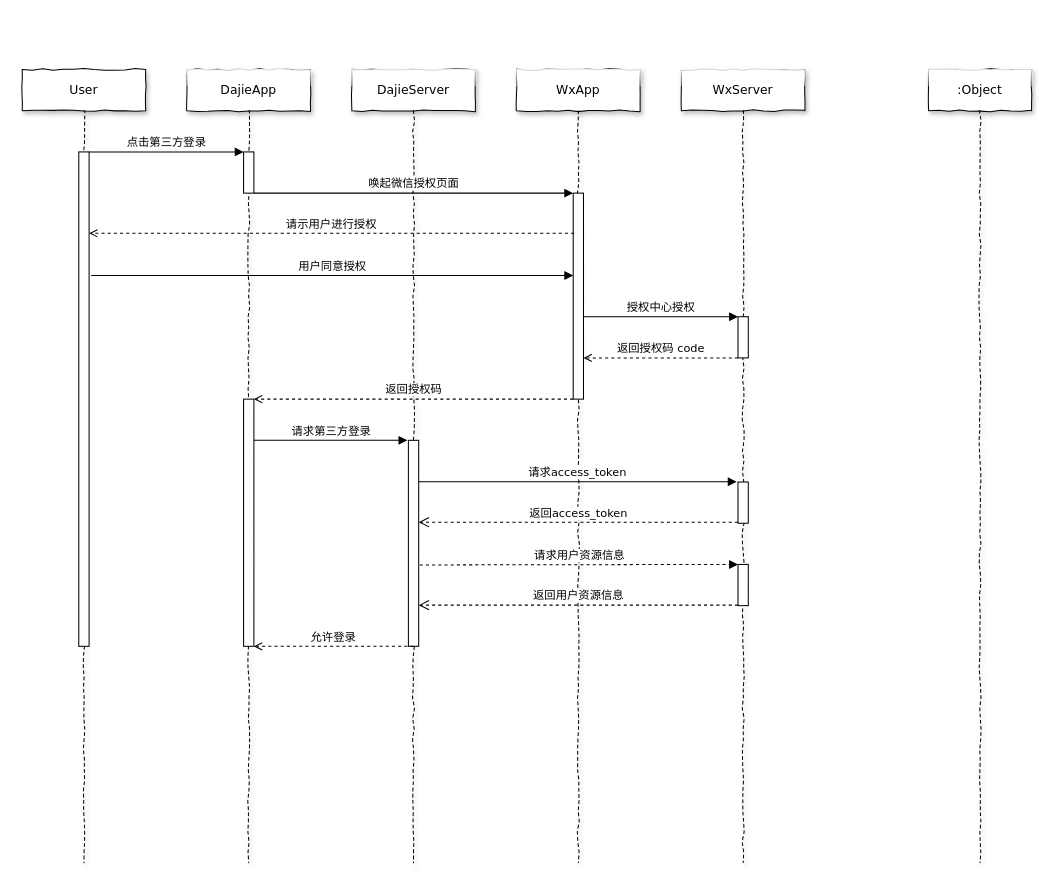
This is UML/Untitled Diagram.drawio from cuixbo/gitnote, a draw.io file, before an edit. Source tidied: cells renumbered, new cells numbered last; positions are measured from the earlier drawing's top-left corner, leaving out a move shared by most shapes. Both pictures are drawn from the tidied source at 103%, with x=0, y=0 at pixel (22, 69).
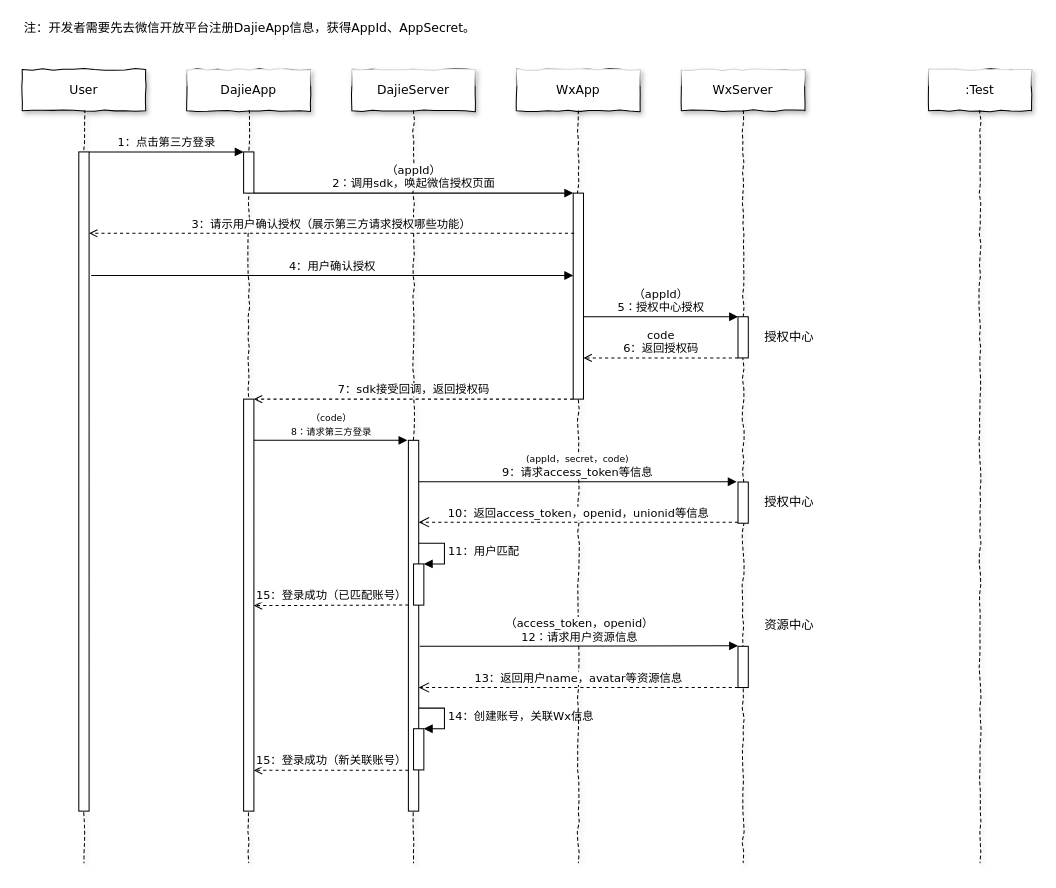
Above is the later version.

Commit message:
初步完成微信第三方登录UML时序图

The change refers to these unchanged cells:
```xml
<mxCell id="2" value="DajieApp" style="shape=umlLifeline;perimeter=lifelinePerimeter;whiteSpace=wrap;html=1;rounded=0;shadow=1;comic=1;labelBackgroundColor=none;strokeWidth=1;fontFamily=Verdana;fontSize=12;align=center;glass=1;" parent="1" vertex="1">
  <mxGeometry x="160" width="120" height="770" as="geometry" />
</mxCell>
<mxCell id="3" style="html=1;points=[];perimeter=orthogonalPerimeter;rounded=0;shadow=0;glass=0;comic=0;strokeWidth=1;fontFamily=Verdana;" parent="2" vertex="1">
  <mxGeometry x="55" y="80" width="10" height="40" as="geometry" />
</mxCell>
<mxCell id="5" value="DajieServer" style="shape=umlLifeline;perimeter=lifelinePerimeter;whiteSpace=wrap;html=1;rounded=0;shadow=1;comic=1;labelBackgroundColor=none;strokeWidth=1;fontFamily=Verdana;fontSize=12;align=center;glass=1;" parent="1" vertex="1">
  <mxGeometry x="320" width="120" height="770" as="geometry" />
</mxCell>
<mxCell id="8" style="html=1;points=[];perimeter=orthogonalPerimeter;rounded=0;shadow=0;glass=0;comic=0;strokeWidth=1;fontFamily=Verdana;" parent="7" vertex="1">
  <mxGeometry x="55" y="120" width="10" height="200" as="geometry" />
</mxCell>
<mxCell id="9" value="WxServer" style="shape=umlLifeline;perimeter=lifelinePerimeter;whiteSpace=wrap;html=1;rounded=0;shadow=1;comic=1;labelBackgroundColor=none;strokeWidth=1;fontFamily=Verdana;fontSize=12;align=center;glass=1;" parent="1" vertex="1">
  <mxGeometry x="640" width="120" height="770" as="geometry" />
</mxCell>
<mxCell id="10" style="html=1;points=[];perimeter=orthogonalPerimeter;rounded=0;shadow=0;glass=0;comic=0;strokeWidth=1;fontFamily=Verdana;" parent="9" vertex="1">
  <mxGeometry x="55" y="240" width="10" height="40" as="geometry" />
</mxCell>
<mxCell id="11" style="html=1;points=[];perimeter=orthogonalPerimeter;rounded=0;shadow=0;glass=0;comic=0;strokeWidth=1;fontFamily=Verdana;" parent="9" vertex="1">
  <mxGeometry x="55" y="400.5" width="10" height="40" as="geometry" />
</mxCell>
<mxCell id="14" value="User" style="shape=umlLifeline;perimeter=lifelinePerimeter;whiteSpace=wrap;html=1;rounded=0;shadow=1;comic=1;labelBackgroundColor=none;strokeWidth=1;fontFamily=Verdana;fontSize=12;align=center;glass=0;" parent="1" vertex="1">
  <mxGeometry width="120" height="770" as="geometry" />
</mxCell>
```

The edit, as a diff of the source:
```diff
@@
     <mxCell id="4" style="html=1;points=[];perimeter=orthogonalPerimeter;rounded=0;shadow=0;glass=0;comic=0;strokeWidth=1;fontFamily=Verdana;" parent="2" vertex="1">
-      <mxGeometry x="55" y="320" width="10" height="240" as="geometry" />
+      <mxGeometry x="55" y="320" width="10" height="400" as="geometry" />
     </mxCell>
@@
     <mxCell id="6" style="html=1;points=[];perimeter=orthogonalPerimeter;rounded=0;shadow=0;glass=0;comic=0;strokeWidth=1;fontFamily=Verdana;" parent="5" vertex="1">
-      <mxGeometry x="55" y="360" width="10" height="200" as="geometry" />
+      <mxGeometry x="55" y="360" width="10" height="360" as="geometry" />
     </mxCell>
+    <mxCell id="29" style="html=1;points=[];perimeter=orthogonalPerimeter;rounded=0;shadow=0;glass=0;comic=0;strokeWidth=1;fontFamily=Verdana;" parent="5" vertex="1">
+      <mxGeometry x="60" y="480" width="10" height="40" as="geometry" />
+    </mxCell>
+    <mxCell id="30" value="11：用户匹配" style="edgeStyle=orthogonalEdgeStyle;html=1;align=left;spacingLeft=2;endArrow=block;rounded=0;entryX=1;entryY=0;strokeColor=#000000;fontFamily=Verdana;" parent="5" edge="1" target="29">
+      <mxGeometry relative="1" as="geometry">
+        <mxPoint x="65" y="460" as="sourcePoint" />
+        <Array as="points">
+          <mxPoint x="90" y="460" />
+        </Array>
+      </mxGeometry>
+    </mxCell>
+    <mxCell id="31" style="html=1;points=[];perimeter=orthogonalPerimeter;rounded=0;shadow=0;glass=0;comic=0;strokeWidth=1;fontFamily=Verdana;" parent="5" vertex="1">
+      <mxGeometry x="60" y="640" width="10" height="40" as="geometry" />
+    </mxCell>
+    <mxCell id="32" value="14：创建账号，关联Wx信息" style="edgeStyle=orthogonalEdgeStyle;html=1;align=left;spacingLeft=2;endArrow=block;rounded=0;entryX=1;entryY=0;strokeColor=#000000;fontFamily=Verdana;" parent="5" edge="1" target="31">
+      <mxGeometry relative="1" as="geometry">
+        <mxPoint x="65" y="620" as="sourcePoint" />
+        <Array as="points">
+          <mxPoint x="90" y="620" />
+        </Array>
+      </mxGeometry>
+    </mxCell>
@@
     <mxCell id="12" style="html=1;points=[];perimeter=orthogonalPerimeter;rounded=0;shadow=0;glass=0;comic=0;strokeWidth=1;fontFamily=Verdana;" parent="9" vertex="1">
-      <mxGeometry x="55" y="480.5" width="10" height="40" as="geometry" />
+      <mxGeometry x="55" y="560" width="10" height="40" as="geometry" />
     </mxCell>
-    <mxCell id="13" value=":Object" style="shape=umlLifeline;perimeter=lifelinePerimeter;whiteSpace=wrap;html=1;rounded=0;shadow=1;comic=1;labelBackgroundColor=none;strokeWidth=1;fontFamily=Verdana;fontSize=12;align=center;glass=1;" parent="1" vertex="1">
+    <mxCell id="13" value=":Test" style="shape=umlLifeline;perimeter=lifelinePerimeter;whiteSpace=wrap;html=1;rounded=0;shadow=1;comic=1;labelBackgroundColor=none;strokeWidth=1;fontFamily=Verdana;fontSize=12;align=center;glass=1;" parent="1" vertex="1">
       <mxGeometry x="880" width="100" height="770" as="geometry" />
     </mxCell>
@@
     <mxCell id="15" style="html=1;points=[];perimeter=orthogonalPerimeter;rounded=0;shadow=0;comic=0;labelBackgroundColor=none;strokeWidth=1;fontFamily=Verdana;fontSize=12;align=center;" parent="14" vertex="1">
-      <mxGeometry x="55" y="80" width="10" height="480" as="geometry" />
+      <mxGeometry x="55" y="80" width="10" height="640" as="geometry" />
     </mxCell>
-    <mxCell id="16" value="点击第三方登录" style="html=1;verticalAlign=bottom;startArrow=none;endArrow=block;startSize=6;fontFamily=Verdana;endSize=6;startFill=0;" parent="1" edge="1">
+    <mxCell id="16" value="1：点击第三方登录" style="html=1;verticalAlign=bottom;startArrow=none;endArrow=block;startSize=6;fontFamily=Verdana;endSize=6;startFill=0;" parent="1" edge="1">
       <mxGeometry relative="1" as="geometry">
         <mxPoint x="65" y="80" as="sourcePoint" />
         <mxPoint x="215" y="80" as="targetPoint" />
       </mxGeometry>
     </mxCell>
-    <mxCell id="17" value="唤起微信授权页面" style="html=1;verticalAlign=bottom;startArrow=none;endArrow=block;startSize=8;fontFamily=Verdana;startFill=0;exitX=1;exitY=1;exitDx=0;exitDy=0;exitPerimeter=0;" parent="1" edge="1" source="3" target="8">
+    <mxCell id="17" value="（appId）&lt;br&gt;2：调用sdk，唤起微信授权页面" style="html=1;verticalAlign=bottom;startArrow=none;endArrow=block;startSize=8;fontFamily=Verdana;startFill=0;exitX=1;exitY=1;exitDx=0;exitDy=0;exitPerimeter=0;" parent="1" edge="1" source="3" target="8">
       <mxGeometry relative="1" as="geometry" />
     </mxCell>
-    <mxCell id="18" value="请示用户进行授权" style="html=1;verticalAlign=bottom;endArrow=open;fontFamily=Verdana;dashed=1;endFill=0;" parent="1" edge="1" target="15">
+    <mxCell id="18" value="3：请示用户确认授权（展示第三方请求授权哪些功能）" style="html=1;verticalAlign=bottom;endArrow=open;fontFamily=Verdana;dashed=1;endFill=0;" parent="1" edge="1" target="15">
       <mxGeometry relative="1" as="geometry">
         <mxPoint x="536" y="159" as="sourcePoint" />
       </mxGeometry>
     </mxCell>
-    <mxCell id="19" value="用户同意授权" style="html=1;verticalAlign=bottom;endArrow=block;fontFamily=Verdana;" parent="1" edge="1" target="8">
+    <mxCell id="19" value="4：用户确认授权" style="html=1;verticalAlign=bottom;endArrow=block;fontFamily=Verdana;" parent="1" edge="1" target="8">
       <mxGeometry relative="1" as="geometry">
         <mxPoint x="67" y="200" as="sourcePoint" />
       </mxGeometry>
     </mxCell>
-    <mxCell id="20" value="返回授权码" style="html=1;verticalAlign=bottom;endArrow=open;dashed=1;endSize=6;fontFamily=Verdana;" parent="1" edge="1" source="8" target="4">
+    <mxCell id="20" value="7：sdk接受回调，返回授权码" style="html=1;verticalAlign=bottom;endArrow=open;dashed=1;endSize=6;fontFamily=Verdana;" parent="1" edge="1" source="8" target="4">
       <mxGeometry relative="1" as="geometry" />
     </mxCell>
-    <mxCell id="21" value="授权中心授权" style="html=1;verticalAlign=bottom;endArrow=block;entryX=0;entryY=0;fontFamily=Verdana;" parent="1" edge="1" target="10">
+    <mxCell id="21" value="（appId）&lt;br&gt;5：授权中心授权" style="html=1;verticalAlign=bottom;endArrow=block;entryX=0;entryY=0;fontFamily=Verdana;" parent="1" edge="1" target="10">
       <mxGeometry relative="1" as="geometry">
         <mxPoint x="545" y="240" as="sourcePoint" />
       </mxGeometry>
     </mxCell>
-    <mxCell id="22" value="返回授权码 code" style="html=1;verticalAlign=bottom;endArrow=open;dashed=1;endSize=6;fontFamily=Verdana;" parent="1" edge="1" source="10">
+    <mxCell id="22" value="code&lt;br&gt;6：返回授权码" style="html=1;verticalAlign=bottom;endArrow=open;dashed=1;endSize=6;fontFamily=Verdana;" parent="1" edge="1" source="10">
       <mxGeometry relative="1" as="geometry">
         <mxPoint x="545" y="280" as="targetPoint" />
         <Array as="points">
           <mxPoint x="680" y="280" />
         </Array>
       </mxGeometry>
     </mxCell>
-    <mxCell id="23" value="请求第三方登录" style="html=1;verticalAlign=bottom;endArrow=block;fontFamily=Verdana;entryX=-0.1;entryY=0;entryDx=0;entryDy=0;entryPerimeter=0;" parent="1" edge="1" source="4" target="6">
+    <mxCell id="23" value="&lt;font style=&quot;font-size: 9px&quot;&gt;&lt;font style=&quot;font-size: 9px&quot;&gt;&lt;span style=&quot;font-size: 9px&quot;&gt;（code）&lt;br style=&quot;font-size: 9px&quot;&gt;&lt;/span&gt;&lt;/font&gt;8：请求第三方登录&lt;/font&gt;" style="html=1;verticalAlign=bottom;endArrow=block;fontFamily=Verdana;entryX=-0.1;entryY=0;entryDx=0;entryDy=0;entryPerimeter=0;" parent="1" edge="1" source="4" target="6">
       <mxGeometry relative="1" as="geometry" />
     </mxCell>
-    <mxCell id="24" value="请求access_token" style="html=1;verticalAlign=bottom;endArrow=block;fontFamily=Verdana;entryX=-0.133;entryY=-0.008;entryDx=0;entryDy=0;entryPerimeter=0;" parent="1" edge="1" target="11">
+    <mxCell id="24" value="&lt;span style=&quot;font-size: 9px&quot;&gt;(appId，secret，code)&lt;/span&gt;&lt;br&gt;9：请求access_token等信息" style="html=1;verticalAlign=bottom;endArrow=block;fontFamily=Verdana;entryX=-0.133;entryY=-0.008;entryDx=0;entryDy=0;entryPerimeter=0;" parent="1" edge="1" target="11">
       <mxGeometry relative="1" as="geometry">
         <mxPoint x="385" y="400.2" as="sourcePoint" />
       </mxGeometry>
     </mxCell>
-    <mxCell id="25" value="返回access_token" style="html=1;verticalAlign=bottom;endArrow=open;endSize=8;fontFamily=Verdana;dashed=1;exitX=0;exitY=0.975;exitDx=0;exitDy=0;exitPerimeter=0;" parent="1" edge="1" source="11">
+    <mxCell id="25" value="10：返回access_token，openid，unionid等信息" style="html=1;verticalAlign=bottom;endArrow=open;endSize=8;fontFamily=Verdana;dashed=1;exitX=0;exitY=0.975;exitDx=0;exitDy=0;exitPerimeter=0;" parent="1" edge="1" source="11">
       <mxGeometry relative="1" as="geometry">
         <mxPoint x="385" y="439.5" as="targetPoint" />
       </mxGeometry>
     </mxCell>
-    <mxCell id="26" value="请求用户资源信息" style="html=1;verticalAlign=bottom;endArrow=block;entryX=0;entryY=0;dashed=1;fontFamily=Verdana;" parent="1" edge="1" target="12">
+    <mxCell id="26" value="（access_token，openid）&lt;br&gt;12：请求用户资源信息" style="html=1;verticalAlign=bottom;endArrow=block;entryX=0;entryY=0;fontFamily=Verdana;" parent="1" edge="1">
       <mxGeometry relative="1" as="geometry">
-        <mxPoint x="386" y="481" as="sourcePoint" />
+        <mxPoint x="386" y="560" as="sourcePoint" />
+        <mxPoint x="695" y="559.5" as="targetPoint" />
       </mxGeometry>
     </mxCell>
-    <mxCell id="27" value="返回用户资源信息" style="html=1;verticalAlign=bottom;endArrow=open;dashed=1;endSize=8;fontFamily=Verdana;entryX=1;entryY=0.8;entryDx=0;entryDy=0;entryPerimeter=0;" parent="1" edge="1" source="12" target="6">
-      <mxGeometry relative="1" as="geometry" />
+    <mxCell id="27" value="13：返回用户name，avatar等资源信息" style="html=1;verticalAlign=bottom;endArrow=open;dashed=1;endSize=8;fontFamily=Verdana;entryX=1;entryY=0.8;entryDx=0;entryDy=0;entryPerimeter=0;" parent="1" edge="1" source="12">
+      <mxGeometry relative="1" as="geometry">
+        <mxPoint x="385" y="600" as="targetPoint" />
+      </mxGeometry>
     </mxCell>
-    <mxCell id="28" value="允许登录" style="html=1;verticalAlign=bottom;endArrow=open;dashed=1;endSize=6;fontFamily=Verdana;exitX=0.5;exitY=1;exitDx=0;exitDy=0;exitPerimeter=0;" parent="1" edge="1" source="6" target="4">
+    <mxCell id="28" value="15：登录成功（新关联账号）" style="html=1;verticalAlign=bottom;endArrow=open;dashed=1;endSize=6;fontFamily=Verdana;exitX=0;exitY=0.89;exitDx=0;exitDy=0;exitPerimeter=0;" parent="1" edge="1" source="6" target="4">
       <mxGeometry relative="1" as="geometry" />
     </mxCell>
+    <mxCell id="33" value="授权中心" style="text;html=1;strokeColor=none;fillColor=none;align=center;verticalAlign=middle;whiteSpace=wrap;rounded=0;shadow=0;glass=0;comic=0;fontFamily=Verdana;" parent="1" vertex="1">
+      <mxGeometry x="705" y="250" width="80" height="20" as="geometry" />
+    </mxCell>
+    <mxCell id="34" value="授权中心" style="text;html=1;strokeColor=none;fillColor=none;align=center;verticalAlign=middle;whiteSpace=wrap;rounded=0;shadow=0;glass=0;comic=0;fontFamily=Verdana;" parent="1" vertex="1">
+      <mxGeometry x="705" y="410" width="80" height="20" as="geometry" />
+    </mxCell>
+    <mxCell id="35" value="资源中心" style="text;html=1;strokeColor=none;fillColor=none;align=center;verticalAlign=middle;whiteSpace=wrap;rounded=0;shadow=0;glass=0;comic=0;fontFamily=Verdana;" parent="1" vertex="1">
+      <mxGeometry x="705" y="530" width="80" height="20" as="geometry" />
+    </mxCell>
+    <mxCell id="36" value="注：开发者需要先去微信开放平台注册DajieApp信息，获得AppId、AppSecret。" style="text;html=1;strokeColor=none;fillColor=none;align=left;verticalAlign=middle;whiteSpace=wrap;rounded=0;shadow=0;glass=0;comic=0;fontFamily=Verdana;" parent="1" vertex="1">
+      <mxGeometry y="-50" width="760" height="20" as="geometry" />
+    </mxCell>
+    <mxCell id="37" value="15：登录成功（已匹配账号）" style="html=1;verticalAlign=bottom;endArrow=open;dashed=1;endSize=6;fontFamily=Verdana;exitX=0;exitY=0.997;exitDx=0;exitDy=0;exitPerimeter=0;" parent="1" edge="1">
+      <mxGeometry relative="1" as="geometry">
+        <mxPoint x="375" y="519.9" as="sourcePoint" />
+        <mxPoint x="225" y="520.5" as="targetPoint" />
+      </mxGeometry>
+    </mxCell>
```
